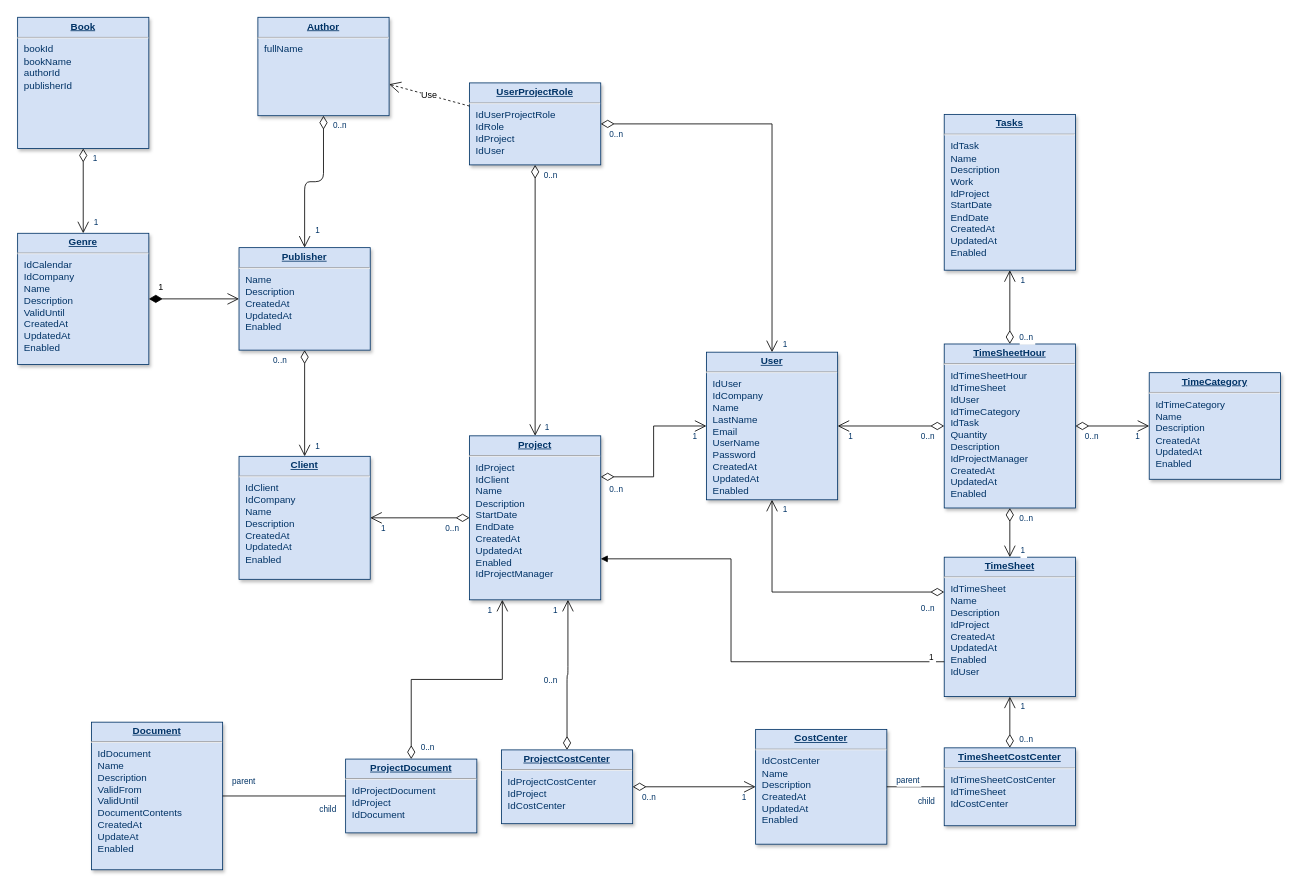
Above: Диаграмма без названия.drawio in agatiks/tink_bd (draw.io), before the change. Source tidied: cells renumbered, new cells numbered last; positions are measured from the earlier drawing's top-left corner, leaving out a move shared by most shapes. Both pictures are drawn from the tidied source at 82%, with x=0, y=0 at pixel (17, 17).
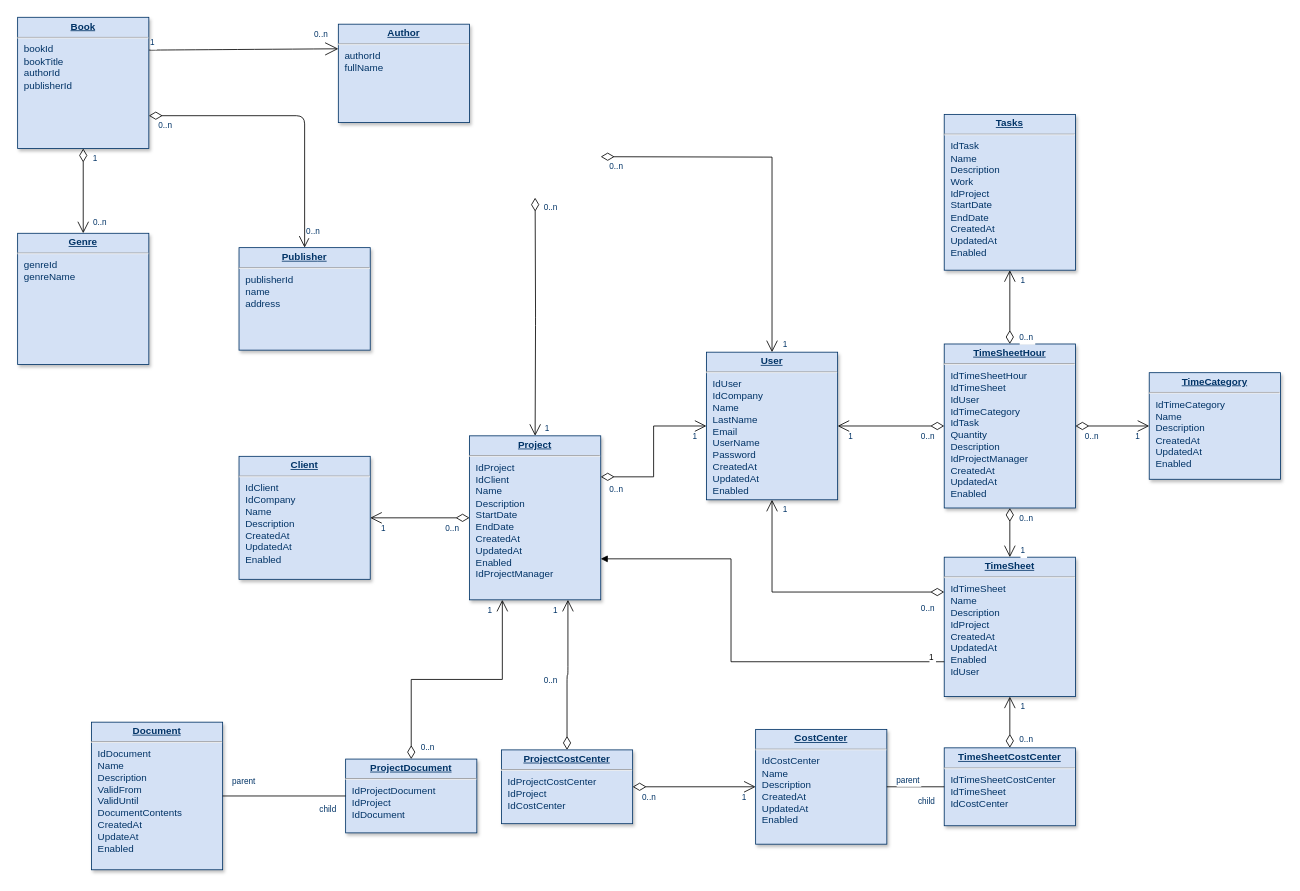
Above is the later version.

Unchanged cells that the change refers to:
```xml
<mxCell id="5" value="&lt;p style=&quot;margin: 0px; margin-top: 4px; text-align: center; text-decoration: underline;&quot;&gt;&lt;strong&gt;User&lt;/strong&gt;&lt;/p&gt;&lt;hr /&gt;&lt;p style=&quot;margin: 0px; margin-left: 8px;&quot;&gt;IdUser&lt;/p&gt;&lt;p style=&quot;margin: 0px; margin-left: 8px;&quot;&gt;IdCompany&lt;/p&gt;&lt;p style=&quot;margin: 0px; margin-left: 8px;&quot;&gt;Name&lt;/p&gt;&lt;p style=&quot;margin: 0px; margin-left: 8px;&quot;&gt;LastName&lt;/p&gt;&lt;p style=&quot;margin: 0px; margin-left: 8px;&quot;&gt;Email&lt;/p&gt;&lt;p style=&quot;margin: 0px; margin-left: 8px;&quot;&gt;UserName&lt;/p&gt;&lt;p style=&quot;margin: 0px; margin-left: 8px;&quot;&gt;Password&lt;/p&gt;&lt;p style=&quot;margin: 0px; margin-left: 8px;&quot;&gt;CreatedAt&lt;/p&gt;&lt;p style=&quot;margin: 0px; margin-left: 8px;&quot;&gt;UpdatedAt&lt;/p&gt;&lt;p style=&quot;margin: 0px; margin-left: 8px;&quot;&gt;Enabled&lt;/p&gt;" style="verticalAlign=top;align=left;overflow=fill;fontSize=12;fontFamily=Helvetica;html=1;strokeColor=#003366;shadow=1;fillColor=#D4E1F5;fontColor=#003366;" parent="1" vertex="1">
  <mxGeometry x="840" y="408" width="160" height="180" as="geometry" />
</mxCell>
<mxCell id="7" value="&lt;p style=&quot;margin: 0px; margin-top: 4px; text-align: center; text-decoration: underline;&quot;&gt;&lt;strong&gt;Client&lt;/strong&gt;&lt;/p&gt;&lt;hr /&gt;&lt;p style=&quot;margin: 0px; margin-left: 8px;&quot;&gt;IdClient&lt;/p&gt;&lt;p style=&quot;margin: 0px; margin-left: 8px;&quot;&gt;IdCompany&lt;/p&gt;&lt;p style=&quot;margin: 0px; margin-left: 8px;&quot;&gt;Name&lt;/p&gt;&lt;p style=&quot;margin: 0px; margin-left: 8px;&quot;&gt;Description&lt;/p&gt;&lt;p style=&quot;margin: 0px; margin-left: 8px;&quot;&gt;CreatedAt&lt;/p&gt;&lt;p style=&quot;margin: 0px; margin-left: 8px;&quot;&gt;UpdatedAt&lt;/p&gt;&lt;p style=&quot;margin: 0px; margin-left: 8px;&quot;&gt;Enabled&lt;/p&gt;" style="verticalAlign=top;align=left;overflow=fill;fontSize=12;fontFamily=Helvetica;html=1;strokeColor=#003366;shadow=1;fillColor=#D4E1F5;fontColor=#003366;" parent="1" vertex="1">
  <mxGeometry x="270" y="535" width="160" height="150" as="geometry" />
</mxCell>
<mxCell id="12" value="&lt;p style=&quot;margin: 0px; margin-top: 4px; text-align: center; text-decoration: underline;&quot;&gt;&lt;strong&gt;Project&lt;/strong&gt;&lt;/p&gt;&lt;hr /&gt;&lt;p style=&quot;margin: 0px; margin-left: 8px;&quot;&gt;IdProject&lt;/p&gt;&lt;p style=&quot;margin: 0px; margin-left: 8px;&quot;&gt;IdClient&lt;/p&gt;&lt;p style=&quot;margin: 0px; margin-left: 8px;&quot;&gt;Name&lt;/p&gt;&lt;p style=&quot;margin: 0px; margin-left: 8px;&quot;&gt;Description&lt;/p&gt;&lt;p style=&quot;margin: 0px; margin-left: 8px;&quot;&gt;StartDate&lt;/p&gt;&lt;p style=&quot;margin: 0px; margin-left: 8px;&quot;&gt;EndDate&lt;/p&gt;&lt;p style=&quot;margin: 0px; margin-left: 8px;&quot;&gt;CreatedAt&lt;/p&gt;&lt;p style=&quot;margin: 0px; margin-left: 8px;&quot;&gt;UpdatedAt&lt;/p&gt;&lt;p style=&quot;margin: 0px; margin-left: 8px;&quot;&gt;Enabled&lt;br /&gt;IdProjectManager&lt;/p&gt;" style="verticalAlign=top;align=left;overflow=fill;fontSize=12;fontFamily=Helvetica;html=1;strokeColor=#003366;shadow=1;fillColor=#D4E1F5;fontColor=#003366;" parent="1" vertex="1">
  <mxGeometry x="551.1" y="510" width="160" height="200" as="geometry" />
</mxCell>
<mxCell id="61" style="endArrow=open;endSize=12;startArrow=diamondThin;startSize=14;startFill=0;edgeStyle=orthogonalEdgeStyle;" parent="1" edge="1" source="8" target="4">
  <mxGeometry x="620" y="340" as="geometry" />
</mxCell>
```

What changed in the source:
```diff
@@
-    <mxCell id="2" value="&lt;p style=&quot;margin: 0px; margin-top: 4px; text-align: center; text-decoration: underline;&quot;&gt;&lt;b&gt;Author&lt;/b&gt;&lt;/p&gt;&lt;hr&gt;&lt;p style=&quot;margin: 0px; margin-left: 8px;&quot;&gt;fullName&lt;/p&gt;&lt;p style=&quot;margin: 0px; margin-left: 8px;&quot;&gt;&lt;br&gt;&lt;/p&gt;" style="verticalAlign=top;align=left;overflow=fill;fontSize=12;fontFamily=Helvetica;html=1;strokeColor=#003366;shadow=1;fillColor=#D4E1F5;fontColor=#003366;" parent="1" vertex="1">
-      <mxGeometry x="293" y="-0.4" width="160" height="120" as="geometry" />
+    <mxCell id="2" value="&lt;p style=&quot;margin: 0px; margin-top: 4px; text-align: center; text-decoration: underline;&quot;&gt;&lt;b&gt;Author&lt;/b&gt;&lt;/p&gt;&lt;hr&gt;&lt;p style=&quot;margin: 0px; margin-left: 8px;&quot;&gt;authorId&lt;/p&gt;&lt;p style=&quot;margin: 0px; margin-left: 8px;&quot;&gt;fullName&lt;/p&gt;" style="verticalAlign=top;align=left;overflow=fill;fontSize=12;fontFamily=Helvetica;html=1;strokeColor=#003366;shadow=1;fillColor=#D4E1F5;fontColor=#003366;" parent="1" vertex="1">
+      <mxGeometry x="391.1" y="8" width="160" height="120" as="geometry" />
     </mxCell>
-    <mxCell id="3" value="&lt;p style=&quot;margin: 0px; margin-top: 4px; text-align: center; text-decoration: underline;&quot;&gt;&lt;strong&gt;Publish&lt;/strong&gt;&lt;strong style=&quot;background-color: initial;&quot;&gt;er&lt;/strong&gt;&lt;/p&gt;&lt;hr&gt;&lt;p style=&quot;margin: 0px; margin-left: 8px;&quot;&gt;Name&lt;/p&gt;&lt;p style=&quot;margin: 0px; margin-left: 8px;&quot;&gt;Description&lt;/p&gt;&lt;p style=&quot;margin: 0px; margin-left: 8px;&quot;&gt;CreatedAt&lt;/p&gt;&lt;p style=&quot;margin: 0px; margin-left: 8px;&quot;&gt;UpdatedAt&lt;/p&gt;&lt;p style=&quot;margin: 0px; margin-left: 8px;&quot;&gt;Enabled&lt;/p&gt;" style="verticalAlign=top;align=left;overflow=fill;fontSize=12;fontFamily=Helvetica;html=1;strokeColor=#003366;shadow=1;fillColor=#D4E1F5;fontColor=#003366;" parent="1" vertex="1">
+    <mxCell id="3" value="&lt;p style=&quot;margin: 0px; margin-top: 4px; text-align: center; text-decoration: underline;&quot;&gt;&lt;strong&gt;Publish&lt;/strong&gt;&lt;strong style=&quot;background-color: initial;&quot;&gt;er&lt;/strong&gt;&lt;/p&gt;&lt;hr&gt;&lt;p style=&quot;margin: 0px; margin-left: 8px;&quot;&gt;publisherId&lt;/p&gt;&lt;p style=&quot;margin: 0px; margin-left: 8px;&quot;&gt;name&lt;/p&gt;&lt;p style=&quot;margin: 0px; margin-left: 8px;&quot;&gt;address&lt;/p&gt;" style="verticalAlign=top;align=left;overflow=fill;fontSize=12;fontFamily=Helvetica;html=1;strokeColor=#003366;shadow=1;fillColor=#D4E1F5;fontColor=#003366;" parent="1" vertex="1">
       <mxGeometry x="270" y="280.5" width="160" height="125" as="geometry" />
     </mxCell>
-    <mxCell id="4" value="&lt;p style=&quot;margin: 0px; margin-top: 4px; text-align: center; text-decoration: underline;&quot;&gt;&lt;b&gt;Genre&lt;/b&gt;&lt;/p&gt;&lt;hr&gt;&lt;p style=&quot;margin: 0px; margin-left: 8px;&quot;&gt;IdCalendar&lt;/p&gt;&lt;p style=&quot;margin: 0px; margin-left: 8px;&quot;&gt;IdCompany&lt;/p&gt;&lt;p style=&quot;margin: 0px; margin-left: 8px;&quot;&gt;Name&lt;/p&gt;&lt;p style=&quot;margin: 0px; margin-left: 8px;&quot;&gt;Description&lt;/p&gt;&lt;p style=&quot;margin: 0px; margin-left: 8px;&quot;&gt;ValidUntil&lt;/p&gt;&lt;p style=&quot;margin: 0px; margin-left: 8px;&quot;&gt;CreatedAt&lt;/p&gt;&lt;p style=&quot;margin: 0px; margin-left: 8px;&quot;&gt;UpdatedAt&lt;/p&gt;&lt;p style=&quot;margin: 0px; margin-left: 8px;&quot;&gt;Enabled&lt;/p&gt;" style="verticalAlign=top;align=left;overflow=fill;fontSize=12;fontFamily=Helvetica;html=1;strokeColor=#003366;shadow=1;fillColor=#D4E1F5;fontColor=#003366;" parent="1" vertex="1">
+    <mxCell id="4" value="&lt;p style=&quot;margin: 0px; margin-top: 4px; text-align: center; text-decoration: underline;&quot;&gt;&lt;b&gt;Genre&lt;/b&gt;&lt;/p&gt;&lt;hr&gt;&lt;p style=&quot;margin: 0px; margin-left: 8px;&quot;&gt;genreId&lt;/p&gt;&lt;p style=&quot;margin: 0px; margin-left: 8px;&quot;&gt;genreName&lt;/p&gt;" style="verticalAlign=top;align=left;overflow=fill;fontSize=12;fontFamily=Helvetica;html=1;strokeColor=#003366;shadow=1;fillColor=#D4E1F5;fontColor=#003366;" parent="1" vertex="1">
       <mxGeometry y="263" width="160" height="160" as="geometry" />
     </mxCell>
@@
-    <mxCell id="6" value="&lt;p style=&quot;margin: 0px; margin-top: 4px; text-align: center; text-decoration: underline;&quot;&gt;&lt;strong&gt;UserProjectRole&lt;/strong&gt;&lt;/p&gt;&lt;hr /&gt;&lt;p style=&quot;margin: 0px; margin-left: 8px;&quot;&gt;IdUserProjectRole&lt;/p&gt;&lt;p style=&quot;margin: 0px; margin-left: 8px;&quot;&gt;IdRole&lt;/p&gt;&lt;p style=&quot;margin: 0px; margin-left: 8px;&quot;&gt;IdProject&lt;/p&gt;&lt;p style=&quot;margin: 0px; margin-left: 8px;&quot;&gt;IdUser&lt;/p&gt;" style="verticalAlign=top;align=left;overflow=fill;fontSize=12;fontFamily=Helvetica;html=1;strokeColor=#003366;shadow=1;fillColor=#D4E1F5;fontColor=#003366;" parent="1" vertex="1">
-      <mxGeometry x="551.1" y="79.6" width="160" height="100" as="geometry" />
-    </mxCell>
@@
+    <mxCell id="77" style="edgeStyle=none;curved=1;rounded=0;jettySize=auto;html=1;exitX=1;exitY=0.25;exitDx=0;exitDy=0;entryX=0;entryY=0.25;entryDx=0;entryDy=0;fontSize=12;endArrow=open;startSize=14;endSize=14;sourcePerimeterSpacing=8;targetPerimeterSpacing=8;" parent="1" edge="1" source="8" target="2">
+      <mxGeometry relative="1" as="geometry" />
+    </mxCell>
-    <mxCell id="8" value="&lt;p style=&quot;margin: 0px; margin-top: 4px; text-align: center; text-decoration: underline;&quot;&gt;&lt;b&gt;Book&lt;/b&gt;&lt;/p&gt;&lt;hr&gt;&lt;p style=&quot;margin: 0px; margin-left: 8px;&quot;&gt;bookId&lt;/p&gt;&lt;p style=&quot;margin: 0px; margin-left: 8px;&quot;&gt;bookName&lt;/p&gt;&lt;p style=&quot;margin: 0px; margin-left: 8px;&quot;&gt;authorId&lt;/p&gt;&lt;p style=&quot;margin: 0px; margin-left: 8px;&quot;&gt;publisherId&lt;/p&gt;&lt;p style=&quot;margin: 0px; margin-left: 8px;&quot;&gt;&lt;br&gt;&lt;/p&gt;" style="verticalAlign=top;align=left;overflow=fill;fontSize=12;fontFamily=Helvetica;html=1;strokeColor=#003366;shadow=1;fillColor=#D4E1F5;fontColor=#003366;" parent="1" vertex="1">
+    <mxCell id="8" value="&lt;p style=&quot;margin: 0px; margin-top: 4px; text-align: center; text-decoration: underline;&quot;&gt;&lt;b&gt;Book&lt;/b&gt;&lt;/p&gt;&lt;hr&gt;&lt;p style=&quot;margin: 0px; margin-left: 8px;&quot;&gt;bookId&lt;/p&gt;&lt;p style=&quot;margin: 0px; margin-left: 8px;&quot;&gt;&lt;span style=&quot;background-color: initial;&quot;&gt;bookTitle&lt;/span&gt;&lt;/p&gt;&lt;p style=&quot;margin: 0px; margin-left: 8px;&quot;&gt;&lt;span style=&quot;background-color: initial;&quot;&gt;authorId&lt;/span&gt;&lt;br&gt;&lt;/p&gt;&lt;p style=&quot;margin: 0px; margin-left: 8px;&quot;&gt;publisherId&lt;/p&gt;&lt;p style=&quot;margin: 0px; margin-left: 8px;&quot;&gt;&lt;br&gt;&lt;/p&gt;" style="verticalAlign=top;align=left;overflow=fill;fontSize=12;fontFamily=Helvetica;html=1;strokeColor=#003366;shadow=1;fillColor=#D4E1F5;fontColor=#003366;" parent="1" vertex="1">
       <mxGeometry y="-0.4" width="160" height="160" as="geometry" />
     </mxCell>
@@
-    <mxCell id="19" style="endArrow=open;endSize=12;startArrow=diamondThin;startSize=14;startFill=0;edgeStyle=orthogonalEdgeStyle;" parent="1" edge="1" source="2" target="3">
+    <mxCell id="19" style="endArrow=open;endSize=12;startArrow=diamondThin;startSize=14;startFill=0;edgeStyle=orthogonalEdgeStyle;exitX=1;exitY=0.75;exitDx=0;exitDy=0;" parent="1" edge="1" source="8" target="3">
       <mxGeometry y="160" as="geometry" />
     </mxCell>
@@
-    <mxCell id="22" style="endArrow=open;endSize=12;startArrow=diamondThin;startSize=14;startFill=0;edgeStyle=orthogonalEdgeStyle;rounded=0;" parent="1" edge="1" source="6" target="5">
-      <mxGeometry x="519.4" y="180" as="geometry" />
+    <mxCell id="22" style="endArrow=open;endSize=12;startArrow=diamondThin;startSize=14;startFill=0;edgeStyle=orthogonalEdgeStyle;rounded=0;" parent="1" edge="1" target="5">
+      <mxGeometry x="519.4" y="180" as="geometry">
+        <mxPoint x="711.1" y="169.6" as="sourcePoint" />
+      </mxGeometry>
     </mxCell>
@@
-    <mxCell id="24" value="1" style="align=right;verticalAlign=top;labelBackgroundColor=#ffffff;fontSize=10;strokeColor=#003366;shadow=1;fillColor=#D4E1F5;fontColor=#003366;" parent="22" vertex="1">
+    <mxCell id="24" value="0..n" style="align=right;verticalAlign=top;labelBackgroundColor=#ffffff;fontSize=10;strokeColor=#003366;shadow=1;fillColor=#D4E1F5;fontColor=#003366;" parent="22" vertex="1">
       <mxGeometry x="1" relative="1" as="geometry">
         <mxPoint x="-550" y="-160" as="offset" />
       </mxGeometry>
     </mxCell>
@@
-    <mxCell id="28" style="endArrow=open;endSize=12;startArrow=diamondThin;startSize=14;startFill=0;edgeStyle=orthogonalEdgeStyle;" parent="1" edge="1" source="6" target="12">
-      <mxGeometry x="389.4" y="350" as="geometry" />
+    <mxCell id="28" style="endArrow=open;endSize=12;startArrow=diamondThin;startSize=14;startFill=0;edgeStyle=orthogonalEdgeStyle;" parent="1" edge="1" target="12">
+      <mxGeometry x="389.4" y="350" as="geometry">
+        <mxPoint x="631.1" y="219.6" as="sourcePoint" />
+      </mxGeometry>
     </mxCell>
@@
-    <mxCell id="58" style="endArrow=open;endSize=12;startArrow=diamondThin;startSize=14;startFill=0;edgeStyle=orthogonalEdgeStyle;" parent="1" edge="1" source="3" target="7">
-      <mxGeometry x="519.4" y="200" as="geometry" />
-    </mxCell>
-    <mxCell id="59" value="0..n" style="align=left;verticalAlign=top;labelBackgroundColor=#ffffff;fontSize=10;strokeColor=#003366;shadow=1;fillColor=#D4E1F5;fontColor=#003366;" parent="58" vertex="1">
-      <mxGeometry x="-1" relative="1" as="geometry">
-        <mxPoint x="-40" as="offset" />
-      </mxGeometry>
-    </mxCell>
-    <mxCell id="60" value="1" style="align=right;verticalAlign=top;labelBackgroundColor=#ffffff;fontSize=10;strokeColor=#003366;shadow=1;fillColor=#D4E1F5;fontColor=#003366;" parent="58" vertex="1">
-      <mxGeometry x="1" relative="1" as="geometry">
-        <mxPoint x="20" y="-25" as="offset" />
-      </mxGeometry>
-    </mxCell>
@@
-    <mxCell id="63" value="1" style="align=right;verticalAlign=top;labelBackgroundColor=#ffffff;fontSize=10;strokeColor=#003366;shadow=1;fillColor=#D4E1F5;fontColor=#003366;" parent="61" vertex="1">
+    <mxCell id="63" value="0..n" style="align=right;verticalAlign=top;labelBackgroundColor=#ffffff;fontSize=10;strokeColor=#003366;shadow=1;fillColor=#D4E1F5;fontColor=#003366;" parent="61" vertex="1">
       <mxGeometry x="1" relative="1" as="geometry">
-        <mxPoint x="20" y="-25" as="offset" />
+        <mxPoint x="30" y="-25" as="offset" />
       </mxGeometry>
     </mxCell>
@@
-    <mxCell id="67" value="Use" style="endArrow=open;endSize=12;dashed=1;" parent="1" edge="1" source="6" target="2">
-      <mxGeometry x="430" y="50" as="geometry" />
-    </mxCell>
-    <mxCell id="68" value="1" style="endArrow=open;endSize=12;startArrow=diamondThin;startSize=14;startFill=1;edgeStyle=orthogonalEdgeStyle;align=left;verticalAlign=bottom;" parent="1" edge="1" source="4" target="3">
-      <mxGeometry x="-0.82" y="5" relative="1" as="geometry" />
-    </mxCell>
@@
+    <mxCell id="78" value="1" style="align=left;verticalAlign=top;labelBackgroundColor=#ffffff;fontSize=10;strokeColor=#003366;shadow=1;fillColor=#D4E1F5;fontColor=#003366;" parent="1" vertex="1">
+      <mxGeometry x="160" y="18" as="geometry" />
+    </mxCell>
+    <mxCell id="59" value="0..n" style="align=left;verticalAlign=top;labelBackgroundColor=#ffffff;fontSize=10;strokeColor=#003366;shadow=1;fillColor=#D4E1F5;fontColor=#003366;" parent="1" vertex="1">
+      <mxGeometry x="360" y="8" as="geometry" />
+    </mxCell>
```
